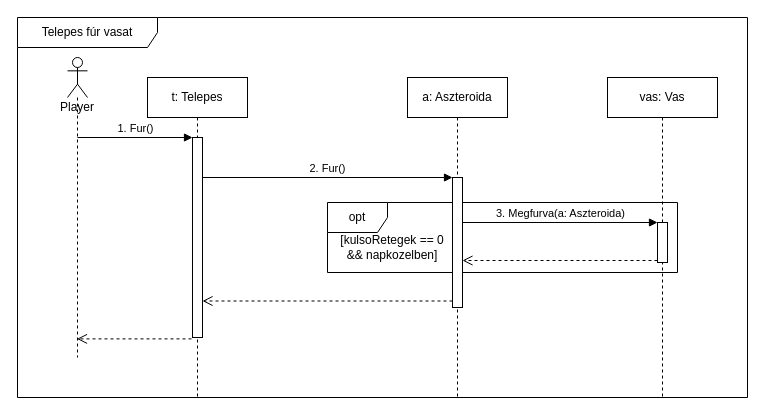
Earlier version of the draw.io diagram page "Vas" (1 of 7) of doc/szekvencia/szek_TelepesFur.drawio (torpeBoiGo/aszteroidabanyaszat). Source tidied: cells renumbered, new cells numbered last; positions are measured from the earlier drawing's top-left corner, leaving out a move shared by most shapes. Both pictures are drawn from the tidied source at 100%, with x=0, y=0 at pixel (17, 17).
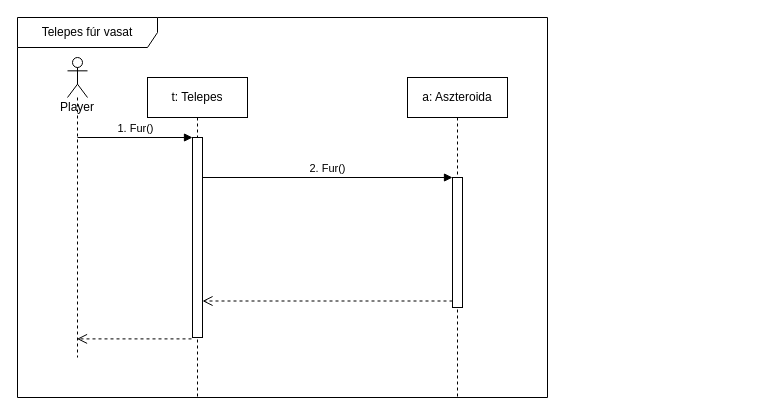
The same page after the edit.

Commit message (it also covers changes not shown here):
nincs megfurva()

What changed in the source:
```diff
@@
 <mxGraphModel>
   <root>
     <mxCell id="0" />
     <mxCell id="1" parent="0" />
     <mxCell id="2" value="Telepes fúr vasat" style="shape=umlFrame;whiteSpace=wrap;html=1;width=140;height=30;" parent="1" vertex="1">
-      <mxGeometry width="730" height="380" as="geometry" />
+      <mxGeometry width="530" height="380" as="geometry" />
     </mxCell>
-    <mxCell id="3" value="opt" style="shape=umlFrame;whiteSpace=wrap;html=1;" parent="1" vertex="1">
-      <mxGeometry x="310" y="185" width="350" height="70" as="geometry" />
-    </mxCell>
     <mxCell id="4" value="t: Telepes" style="shape=umlLifeline;perimeter=lifelinePerimeter;whiteSpace=wrap;html=1;" parent="1" vertex="1">
       <mxGeometry x="130" y="60" width="100" height="320" as="geometry" />
     </mxCell>
     <mxCell id="5" style="html=1;points=[];perimeter=orthogonalPerimeter;" parent="4" vertex="1">
       <mxGeometry x="45" y="60" width="10" height="200" as="geometry" />
     </mxCell>
     <mxCell id="6" value="1. Fur()" style="html=1;verticalAlign=bottom;endArrow=block;entryX=0;entryY=0;" parent="4" edge="1" target="5">
       <mxGeometry relative="1" as="geometry">
         <mxPoint x="-70" y="60" as="sourcePoint" />
       </mxGeometry>
     </mxCell>
     <mxCell id="7" value="a: Aszteroida" style="shape=umlLifeline;perimeter=lifelinePerimeter;whiteSpace=wrap;html=1;" parent="1" vertex="1">
       <mxGeometry x="390" y="60" width="100" height="320" as="geometry" />
     </mxCell>
     <mxCell id="8" style="html=1;points=[];perimeter=orthogonalPerimeter;" parent="7" vertex="1">
       <mxGeometry x="45" y="100" width="10" height="130" as="geometry" />
     </mxCell>
     <mxCell id="9" value="2. Fur()" style="html=1;verticalAlign=bottom;endArrow=block;entryX=0;entryY=0;" parent="1" edge="1" source="5" target="8">
       <mxGeometry relative="1" as="geometry" />
     </mxCell>
     <mxCell id="10" style="html=1;verticalAlign=bottom;endArrow=open;dashed=1;endSize=8;exitX=0;exitY=0.95;" parent="1" edge="1" source="8" target="5">
       <mxGeometry x="0.02" y="54" relative="1" as="geometry" />
     </mxCell>
-    <mxCell id="11" value="vas: Vas" style="shape=umlLifeline;perimeter=lifelinePerimeter;whiteSpace=wrap;html=1;" parent="1" vertex="1">
-      <mxGeometry x="590" y="60" width="110" height="320" as="geometry" />
-    </mxCell>
-    <mxCell id="12" style="html=1;points=[];perimeter=orthogonalPerimeter;" parent="11" vertex="1">
-      <mxGeometry x="50" y="145" width="10" height="40" as="geometry" />
-    </mxCell>
-    <mxCell id="13" value="3. Megfurva(a: Aszteroida)" style="html=1;verticalAlign=bottom;endArrow=block;entryX=0;entryY=0;" parent="1" edge="1" source="8" target="12">
-      <mxGeometry relative="1" as="geometry" />
-    </mxCell>
-    <mxCell id="14" style="html=1;verticalAlign=bottom;endArrow=open;dashed=1;endSize=8;exitX=0;exitY=0.95;" parent="1" edge="1" source="12" target="8">
-      <mxGeometry x="-0.09" y="52" relative="1" as="geometry" />
-    </mxCell>
-    <mxCell id="15" value="[kulsoRetegek == 0 &amp;amp;&amp;amp; napkozelben]" style="text;html=1;strokeColor=none;fillColor=none;align=center;verticalAlign=middle;whiteSpace=wrap;rounded=0;" parent="1" vertex="1">
-      <mxGeometry x="320" y="220" width="110" height="20" as="geometry" />
-    </mxCell>
     <mxCell id="16" value="Player" style="shape=umlLifeline;participant=umlActor;perimeter=lifelinePerimeter;whiteSpace=wrap;html=1;verticalAlign=top;spacingTop=36;outlineConnect=0;" parent="1" vertex="1">
       <mxGeometry x="50" y="40" width="20" height="300" as="geometry" />
     </mxCell>
     <mxCell id="17" style="html=1;verticalAlign=bottom;endArrow=open;dashed=1;endSize=8;exitX=-0.1;exitY=1.007;exitDx=0;exitDy=0;exitPerimeter=0;" parent="1" edge="1" source="5" target="16">
       <mxGeometry x="0.24" y="77" relative="1" as="geometry" />
     </mxCell>
   </root>
 </mxGraphModel>
```
